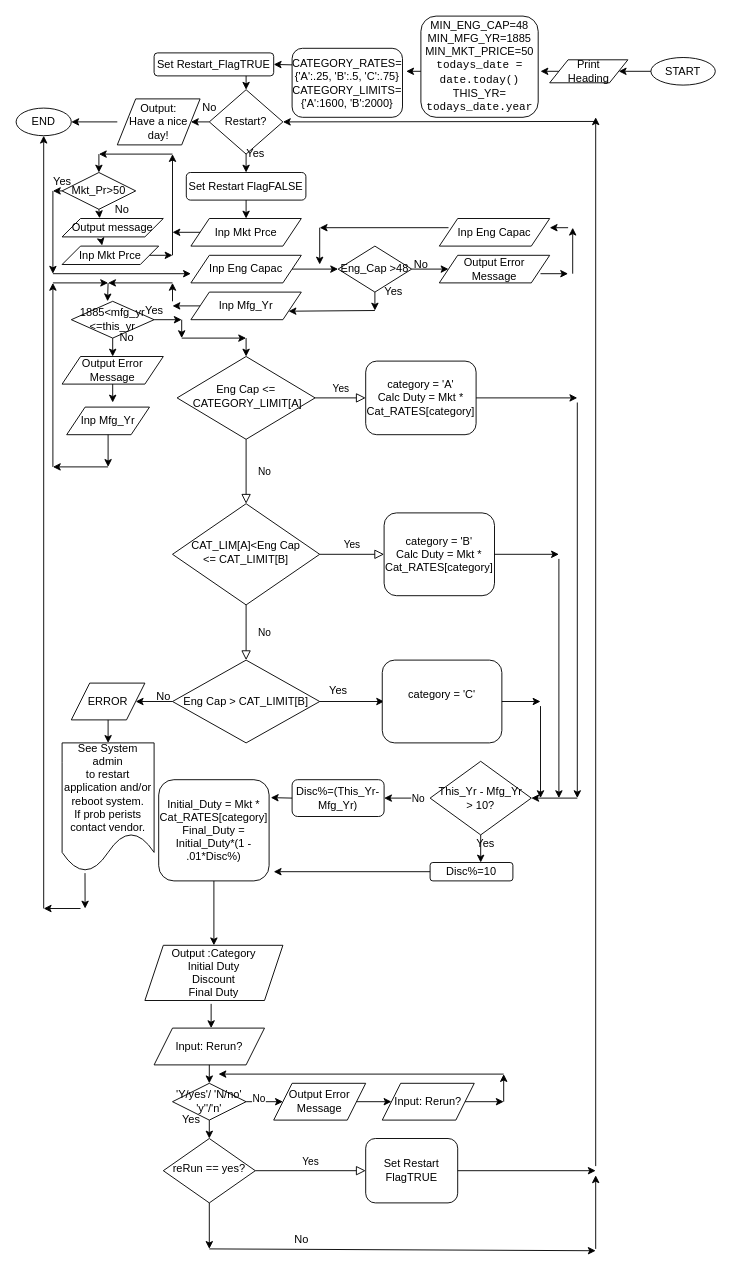
Above: Untitled Diagram.drawio in john-itcsolutions/Elastos (draw.io), before the change. Source tidied: cells renumbered, new cells numbered last; positions are measured from the earlier drawing's top-left corner, leaving out a move shared by most shapes. Both pictures are drawn from the tidied source at 92%, with x=0, y=0 at pixel (16, 16).
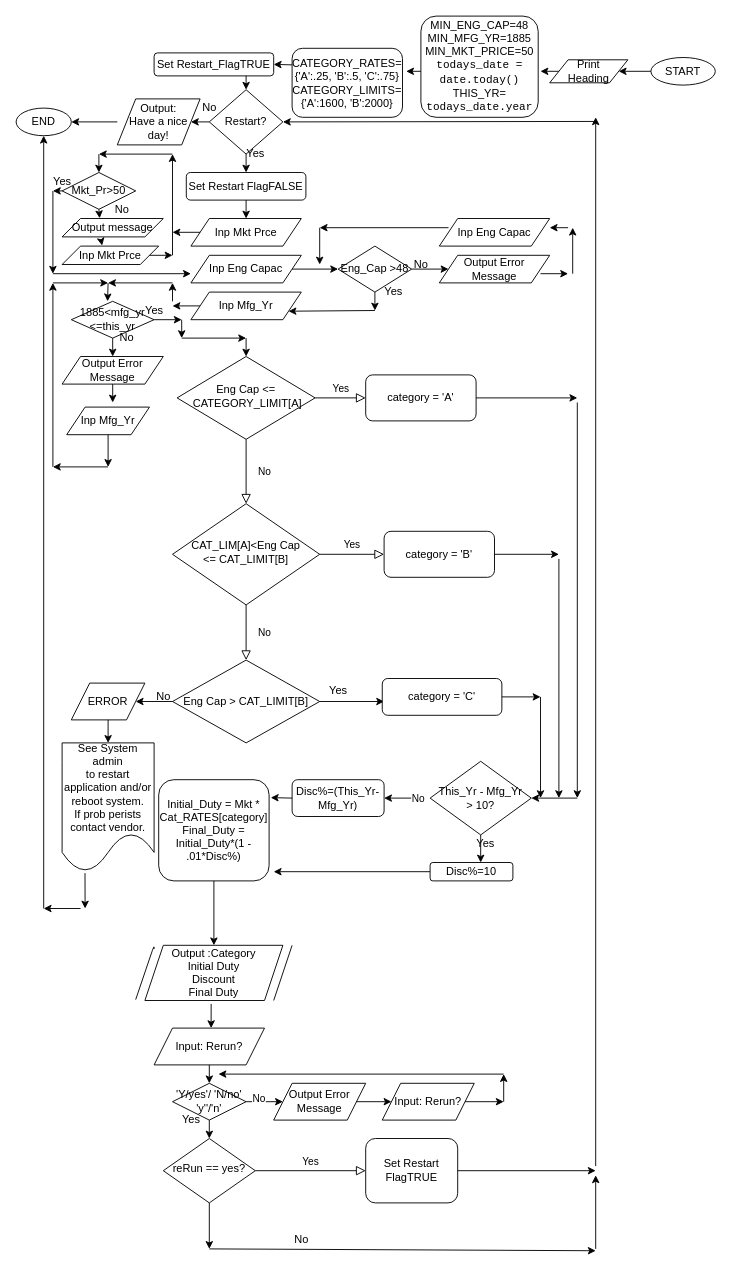
Above is the later version.

The edit, as a diff of the source:
```diff
@@
-    <mxCell id="4" value="category = 'A'&lt;br&gt;&lt;div&gt;Calc Duty = Mkt * &lt;br&gt;&lt;/div&gt;&lt;div&gt;Cat_RATES[category]&lt;/div&gt;" style="rounded=1;whiteSpace=wrap;html=1;fontSize=12;glass=0;strokeWidth=1;shadow=0;" parent="1" vertex="1">
-      <mxGeometry x="380" y="375" width="120" height="80" as="geometry" />
+    <mxCell id="4" value="category = 'A'" style="rounded=1;whiteSpace=wrap;html=1;fontSize=12;glass=0;strokeWidth=1;shadow=0;" parent="1" vertex="1">
+      <mxGeometry x="380" y="390" width="120" height="50" as="geometry" />
     </mxCell>
@@
-    <mxCell id="21" value="category = 'B'&lt;br&gt;&lt;div&gt;&lt;div&gt;&lt;div&gt;Calc Duty = Mkt * &lt;br&gt;&lt;/div&gt;&lt;div&gt;Cat_RATES[category]&lt;/div&gt;&lt;/div&gt;&lt;/div&gt;" style="rounded=1;whiteSpace=wrap;html=1;fontSize=12;glass=0;strokeWidth=1;shadow=0;" parent="1" vertex="1">
-      <mxGeometry x="400" y="540" width="120" height="90" as="geometry" />
+    <mxCell id="21" value="category = 'B'" style="rounded=1;whiteSpace=wrap;html=1;fontSize=12;glass=0;strokeWidth=1;shadow=0;" parent="1" vertex="1">
+      <mxGeometry x="400" y="560" width="120" height="50" as="geometry" />
     </mxCell>
@@
-    <mxCell id="25" value="category = 'C'&lt;br&gt;&lt;div&gt;&lt;div&gt;&lt;br&gt;&lt;/div&gt;&lt;/div&gt;" style="rounded=1;whiteSpace=wrap;html=1;" parent="1" vertex="1">
-      <mxGeometry x="398" y="700" width="130" height="90" as="geometry" />
+    <mxCell id="25" value="&lt;div&gt;&lt;br&gt;&lt;/div&gt;&lt;div&gt;category = 'C'&lt;/div&gt;&lt;div&gt;&lt;div&gt;&lt;br&gt;&lt;/div&gt;&lt;/div&gt;" style="rounded=1;whiteSpace=wrap;html=1;" parent="1" vertex="1">
+      <mxGeometry x="398" y="720" width="130" height="40" as="geometry" />
     </mxCell>
@@
     <mxCell id="30" style="endArrow=classic;html=1;" parent="1" edge="1">
       <mxGeometry relative="1" as="geometry">
-        <mxPoint x="570" y="750" as="sourcePoint" />
+        <mxPoint x="570" y="740" as="sourcePoint" />
         <mxPoint x="570" y="850" as="targetPoint" />
       </mxGeometry>
     </mxCell>
     <mxCell id="31" style="endArrow=classic;html=1;exitX=1;exitY=0.5;exitDx=0;exitDy=0;" parent="1" edge="1" source="25">
       <mxGeometry relative="1" as="geometry">
-        <mxPoint x="570" y="745" as="targetPoint" />
+        <mxPoint x="570" y="740" as="targetPoint" />
       </mxGeometry>
     </mxCell>
@@
+    <mxCell id="139" style="endArrow=none;html=1;" parent="1" edge="1">
+      <mxGeometry relative="1" as="geometry">
+        <mxPoint x="280" y="1070" as="sourcePoint" />
+        <mxPoint x="300" y="1010" as="targetPoint" />
+      </mxGeometry>
+    </mxCell>
+    <mxCell id="140" style="endArrow=none;html=1;" parent="1" edge="1">
+      <mxGeometry relative="1" as="geometry">
+        <mxPoint x="130" y="1069" as="sourcePoint" />
+        <mxPoint x="150" y="1014" as="targetPoint" />
+        <Array as="points">
+          <mxPoint x="150" y="1010" />
+        </Array>
+      </mxGeometry>
+    </mxCell>
```
